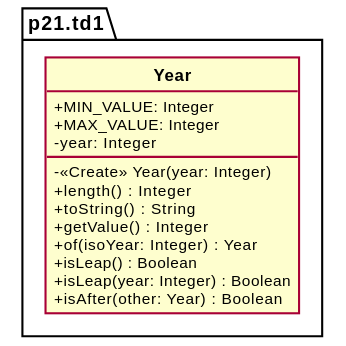
Above: out/production/saep21/uml/p21.td1.Year.svg in D3B1RUM4N/SAE_P21 (PlantUML), before the change.
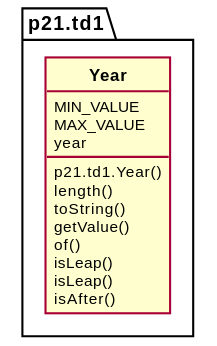
Later version of the same file.

What changed in the source:
```diff
@@ -6,17 +6,17 @@
 
 class p21.td1.Year
 {
-  + MIN_VALUE: Integer
-  + MAX_VALUE: Integer
-  - year: Integer
-  - << Create >> Year(year: Integer)
-  + length() : Integer
-  + toString() : String
-  + getValue() : Integer
-  + of(isoYear: Integer) : Year
-  + isLeap() : Boolean
-  + isLeap(year: Integer) : Boolean
-  + isAfter(other: Year) : Boolean
+  MIN_VALUE
+  MAX_VALUE
+  year
+  p21.td1.Year()
+  length()
+  toString()
+  getValue()
+  of()
+  isLeap()
+  isLeap()
+  isAfter()
 }
 
 @enduml
```
